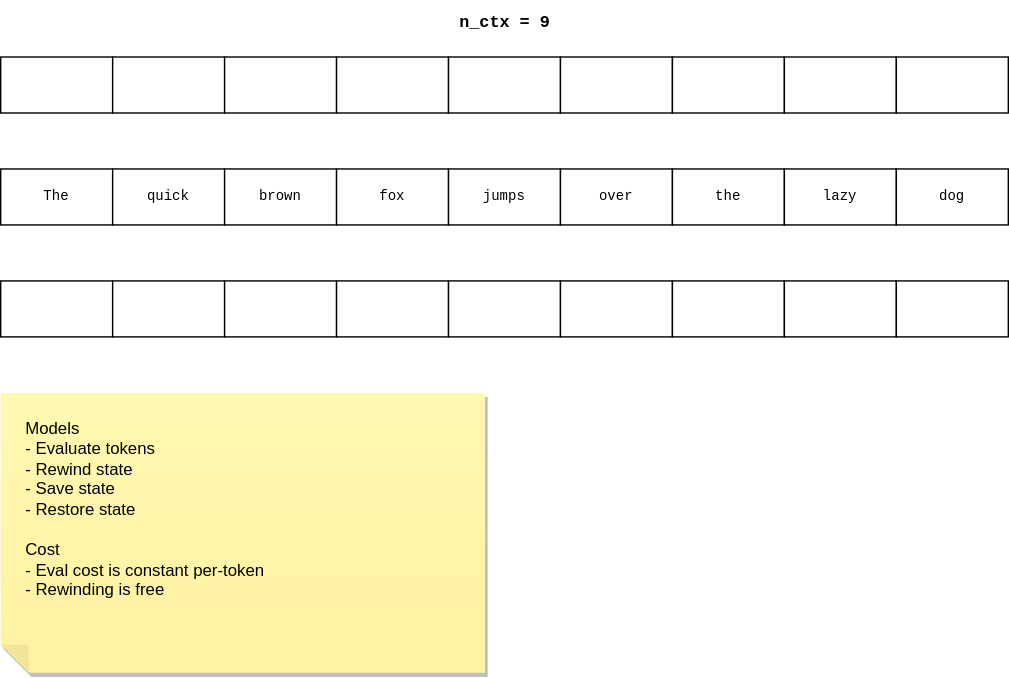
Earlier version of the draw.io export diagrams/cache.drawio.svg (xvolks/llama-cpp-python). Source tidied: cells renumbered, new cells last; positions are measured from the earlier drawing's top-left corner, leaving out a move shared by most shapes.
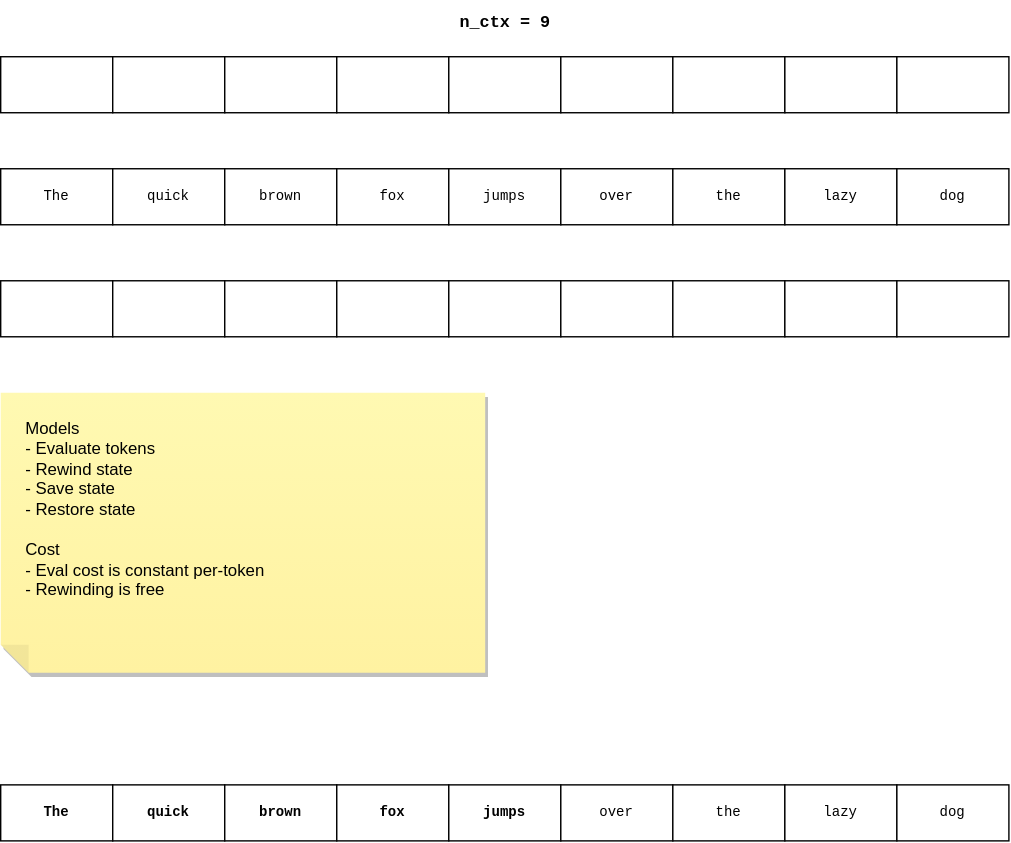
After the commit.

The edit, as a diff of the source:
```diff
@@ -89,5 +89,32 @@
     <mxCell id="30" value="&lt;blockquote style=&quot;margin: 0 0 0 40px; border: none; padding: 0px;&quot;&gt;&lt;/blockquote&gt;&lt;blockquote style=&quot;margin: 0 0 0 40px; border: none; padding: 0px;&quot;&gt;&lt;/blockquote&gt;Models&lt;br&gt;&lt;blockquote style=&quot;margin: 0 0 0 40px; border: none; padding: 0px;&quot;&gt;&lt;/blockquote&gt;- Evaluate tokens&lt;br&gt;&lt;blockquote style=&quot;margin: 0 0 0 40px; border: none; padding: 0px;&quot;&gt;&lt;/blockquote&gt;- Rewind state&lt;br&gt;&lt;blockquote style=&quot;margin: 0 0 0 40px; border: none; padding: 0px;&quot;&gt;&lt;/blockquote&gt;- Save state&lt;br&gt;- Restore state&lt;br&gt;&lt;br&gt;Cost&lt;br&gt;- Eval cost is constant per-token&lt;br&gt;- Rewinding is free&lt;br&gt;&lt;blockquote style=&quot;margin: 0 0 0 40px; border: none; padding: 0px;&quot;&gt;&lt;/blockquote&gt;&lt;blockquote style=&quot;margin: 0 0 0 40px; border: none; padding: 0px;&quot;&gt;&lt;/blockquote&gt;&lt;blockquote style=&quot;margin: 0 0 0 40px; border: none; padding: 0px;&quot;&gt;&lt;/blockquote&gt;" style="shape=note;whiteSpace=wrap;html=1;backgroundOutline=1;fontColor=#000000;darkOpacity=0.05;fillColor=#FFF9B2;strokeColor=none;fillStyle=solid;direction=west;gradientDirection=north;gradientColor=#FFF2A1;shadow=1;size=20;align=left;verticalAlign=top;spacingTop=12;spacingLeft=16;" parent="1" vertex="1">
       <mxGeometry y="280" width="346" height="200" as="geometry" />
     </mxCell>
+    <mxCell id="31" value="The" style="whiteSpace=wrap;html=1;fontFamily=Courier New;fontSize=10;fontStyle=1;" parent="1" vertex="1">
+      <mxGeometry y="560" width="80" height="40" as="geometry" />
+    </mxCell>
+    <mxCell id="32" value="quick" style="whiteSpace=wrap;html=1;fontFamily=Courier New;fontSize=10;fontStyle=1;" parent="1" vertex="1">
+      <mxGeometry x="80" y="560" width="80" height="40" as="geometry" />
+    </mxCell>
+    <mxCell id="33" value="brown" style="whiteSpace=wrap;html=1;fontFamily=Courier New;fontSize=10;fontStyle=1;" parent="1" vertex="1">
+      <mxGeometry x="160" y="560" width="80" height="40" as="geometry" />
+    </mxCell>
+    <mxCell id="34" value="fox" style="whiteSpace=wrap;html=1;fontFamily=Courier New;fontSize=10;fontStyle=1;" parent="1" vertex="1">
+      <mxGeometry x="240" y="560" width="80" height="40" as="geometry" />
+    </mxCell>
+    <mxCell id="35" value="jumps" style="whiteSpace=wrap;html=1;fontFamily=Courier New;fontSize=10;fontStyle=1;" parent="1" vertex="1">
+      <mxGeometry x="320" y="560" width="80" height="40" as="geometry" />
+    </mxCell>
+    <mxCell id="36" value="over" style="whiteSpace=wrap;html=1;fontFamily=Courier New;fontSize=10;" parent="1" vertex="1">
+      <mxGeometry x="400" y="560" width="80" height="40" as="geometry" />
+    </mxCell>
+    <mxCell id="37" value="the" style="whiteSpace=wrap;html=1;fontFamily=Courier New;fontSize=10;" parent="1" vertex="1">
+      <mxGeometry x="480" y="560" width="80" height="40" as="geometry" />
+    </mxCell>
+    <mxCell id="38" value="lazy" style="whiteSpace=wrap;html=1;fontFamily=Courier New;fontSize=10;" parent="1" vertex="1">
+      <mxGeometry x="560" y="560" width="80" height="40" as="geometry" />
+    </mxCell>
+    <mxCell id="39" value="dog" style="whiteSpace=wrap;html=1;fontFamily=Courier New;fontSize=10;" parent="1" vertex="1">
+      <mxGeometry x="640" y="560" width="80" height="40" as="geometry" />
+    </mxCell>
   </root>
 </mxGraphModel>
```
